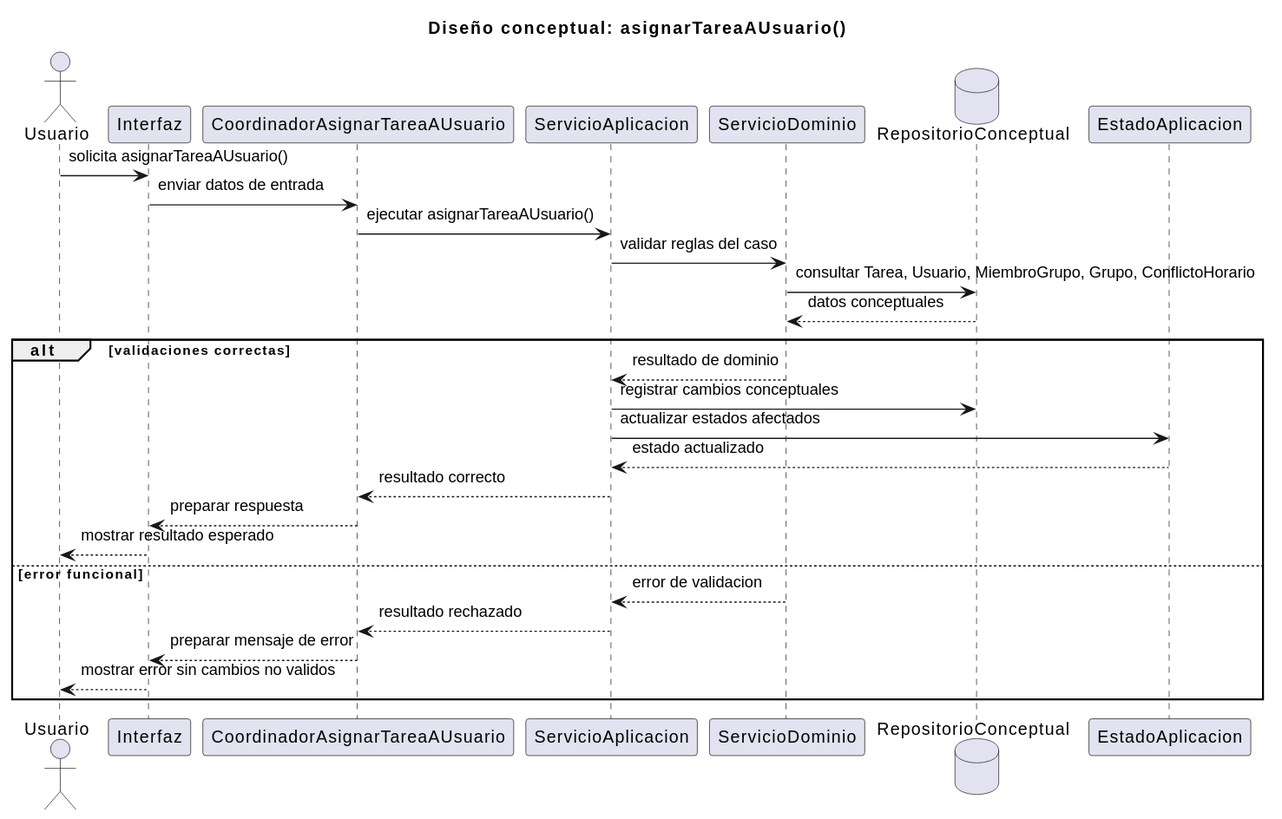
Above: documents/RUP/02-diseño/casos-uso/planificacion-configuracion/asignarTareaAUsuario/secuencia.svg in inigovaqueroo04/25-26-idsw2-sdVC (PlantUML), before the change.
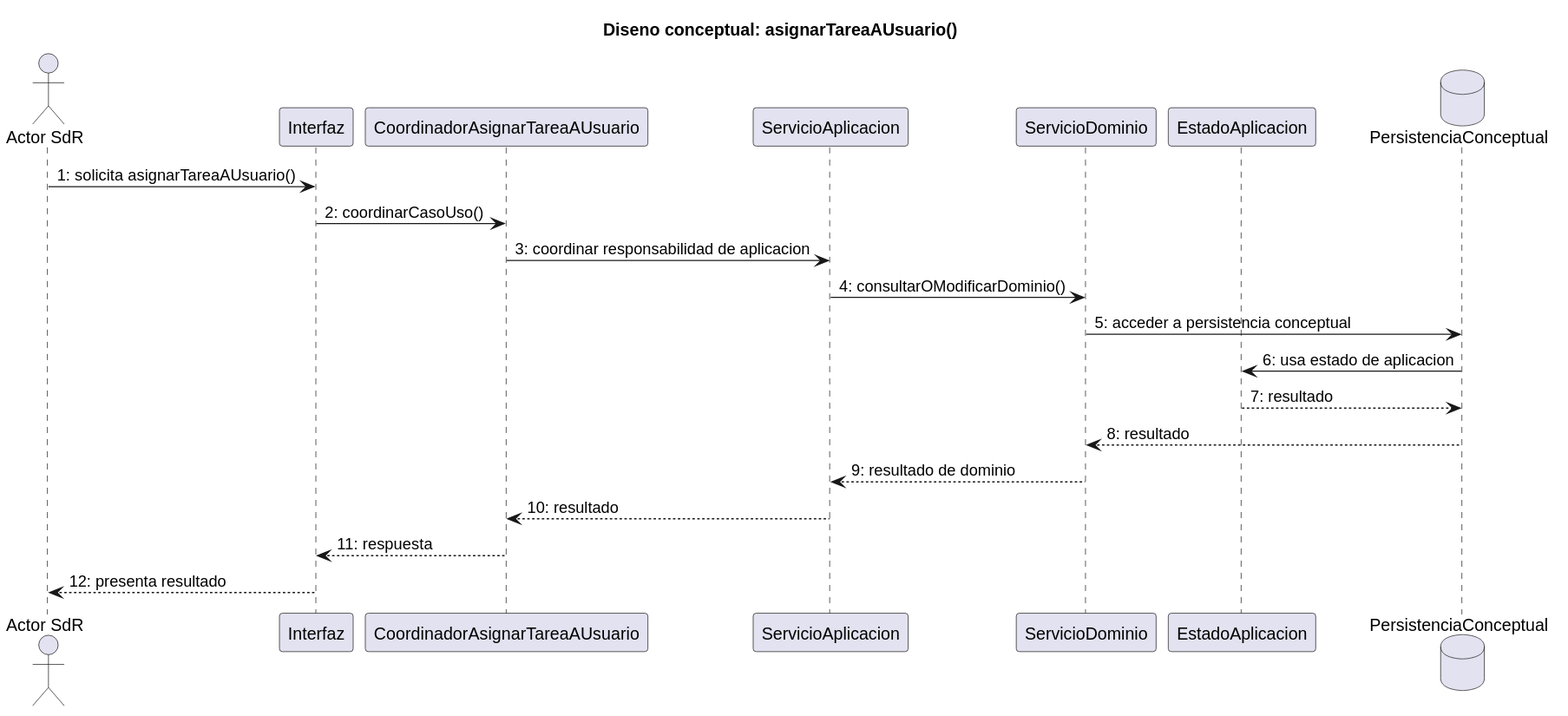
After the change.

Commit message:
docs: ajustar diseno de asignar tarea a usuario

What changed in the source:
```diff
@@ -1,33 +1,24 @@
 @startuml
-title Diseño conceptual: asignarTareaAUsuario()
+title Diseno conceptual: asignarTareaAUsuario()
 
-actor "Usuario" as Usuario
+actor "Actor SdR" as Actor
 participant "Interfaz" as Interfaz
 participant "CoordinadorAsignarTareaAUsuario" as Coordinador
 participant "ServicioAplicacion" as ServicioAplicacion
 participant "ServicioDominio" as ServicioDominio
-database "RepositorioConceptual" as Repositorio
 participant "EstadoAplicacion" as EstadoAplicacion
+database "PersistenciaConceptual" as Persistencia
 
-Usuario -> Interfaz : solicita asignarTareaAUsuario()
-Interfaz -> Coordinador : enviar datos de entrada
-Coordinador -> ServicioAplicacion : ejecutar asignarTareaAUsuario()
-ServicioAplicacion -> ServicioDominio : validar reglas del caso
-ServicioDominio -> Repositorio : consultar Tarea, Usuario, MiembroGrupo, Grupo, ConflictoHorario
-Repositorio --> ServicioDominio : datos conceptuales
-
-alt validaciones correctas
-  ServicioDominio --> ServicioAplicacion : resultado de dominio
-  ServicioAplicacion -> Repositorio : registrar cambios conceptuales
-  ServicioAplicacion -> EstadoAplicacion : actualizar estados afectados
-  EstadoAplicacion --> ServicioAplicacion : estado actualizado
-  ServicioAplicacion --> Coordinador : resultado correcto
-  Coordinador --> Interfaz : preparar respuesta
-  Interfaz --> Usuario : mostrar resultado esperado
-else error funcional
-  ServicioDominio --> ServicioAplicacion : error de validacion
-  ServicioAplicacion --> Coordinador : resultado rechazado
-  Coordinador --> Interfaz : preparar mensaje de error
-  Interfaz --> Usuario : mostrar error sin cambios no validos
-end
+Actor -> Interfaz : 1: solicita asignarTareaAUsuario()
+Interfaz -> Coordinador : 2: coordinarCasoUso()
+Coordinador -> ServicioAplicacion : 3: coordinar responsabilidad de aplicacion
+ServicioAplicacion -> ServicioDominio : 4: consultarOModificarDominio()
+ServicioDominio -> Persistencia : 5: acceder a persistencia conceptual
+Persistencia -> EstadoAplicacion : 6: usa estado de aplicacion
+EstadoAplicacion --> Persistencia : 7: resultado
+Persistencia --> ServicioDominio : 8: resultado
+ServicioDominio --> ServicioAplicacion : 9: resultado de dominio
+ServicioAplicacion --> Coordinador : 10: resultado
+Coordinador --> Interfaz : 11: respuesta
+Interfaz --> Actor : 12: presenta resultado
 @enduml
```
